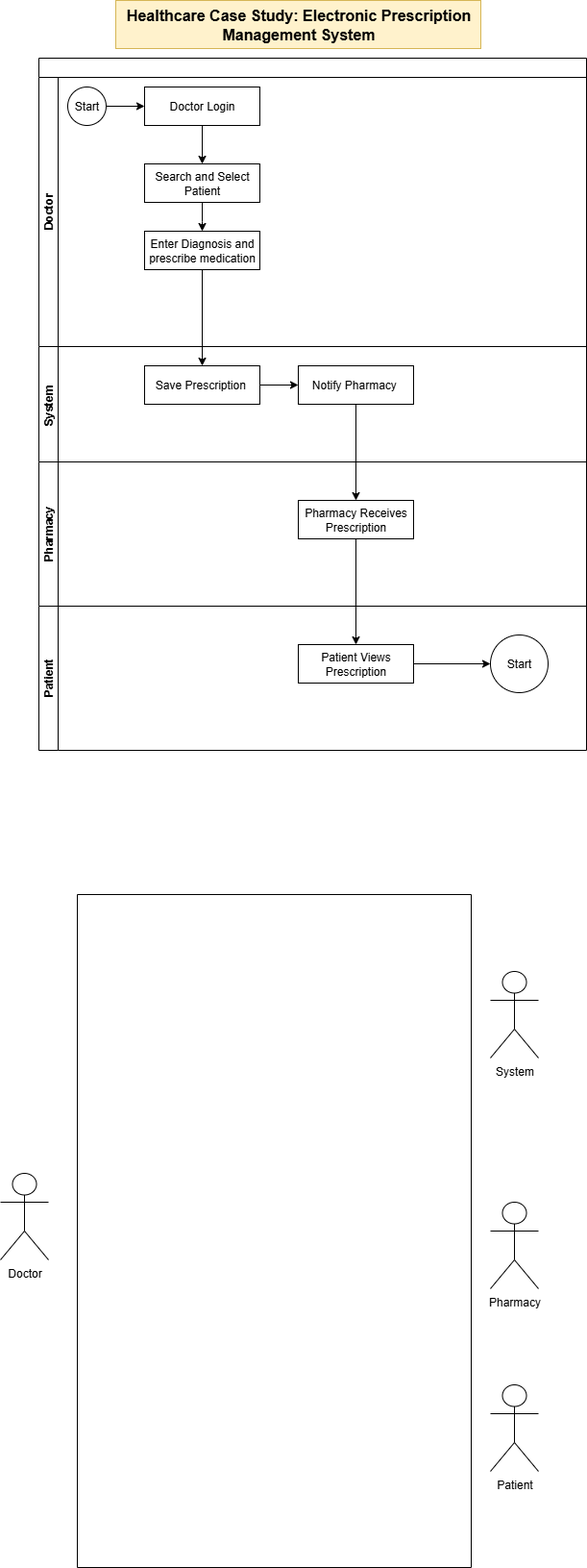
Before: Healthcare Case Study: Electronic Prescription Management System.drawio.png, a diagram exported from draw.io (shruthiLearns/BusinessAnalysis). Source tidied: cells renumbered, new cells last; positions are measured from the earlier drawing's top-left corner, leaving out a move shared by most shapes.
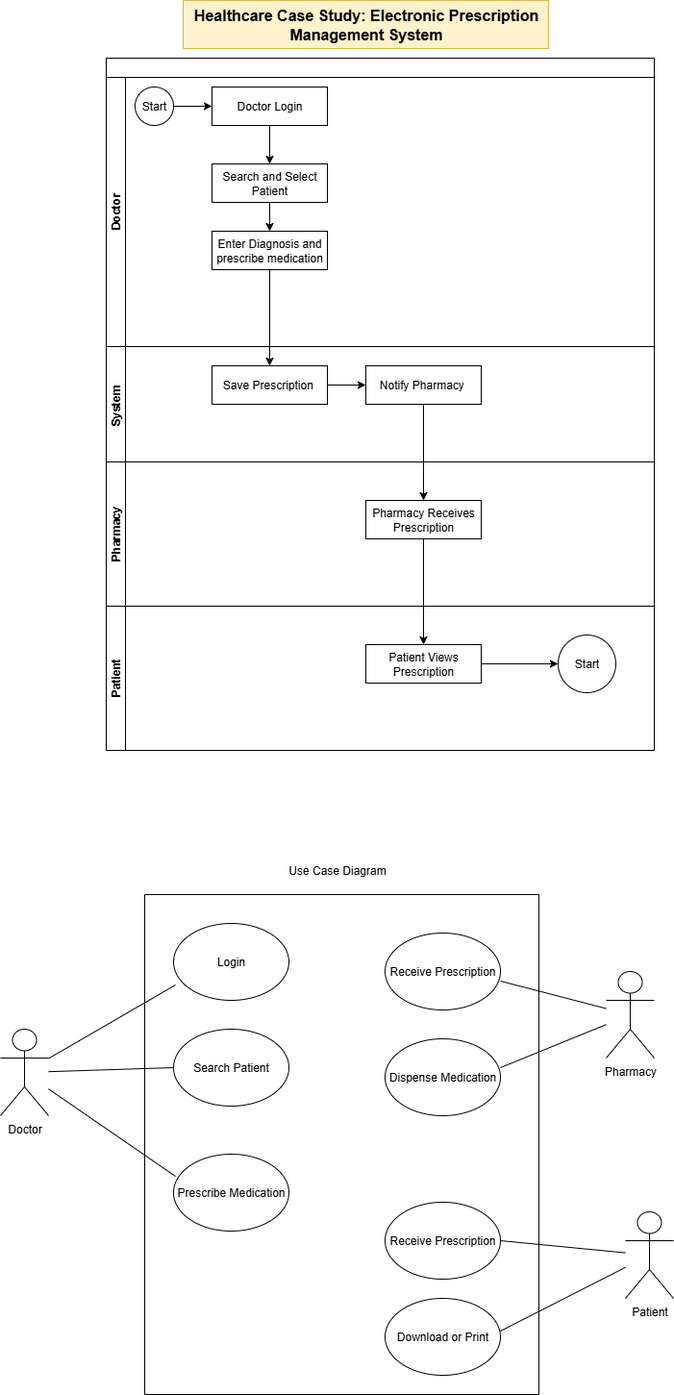
After the commit.

Diff of the diagram source:
```diff
@@ -74,19 +74,63 @@
       <mxGeometry relative="1" as="geometry" />
     </mxCell>
     <mxCell id="25" style="swimlane;startSize=0;" parent="1" vertex="1">
-      <mxGeometry x="80" y="930" width="410" height="700" as="geometry" />
+      <mxGeometry x="80" y="930" width="410" height="520" as="geometry" />
     </mxCell>
+    <mxCell id="30" value="Login" style="ellipse;whiteSpace=wrap;html=1;" parent="25" vertex="1">
+      <mxGeometry x="30" y="30" width="120" height="80" as="geometry" />
+    </mxCell>
+    <mxCell id="31" value="Search Patient" style="ellipse;whiteSpace=wrap;html=1;" parent="25" vertex="1">
+      <mxGeometry x="30" y="140" width="120" height="80" as="geometry" />
+    </mxCell>
+    <mxCell id="32" value="Prescribe Medication" style="ellipse;whiteSpace=wrap;html=1;" parent="25" vertex="1">
+      <mxGeometry x="30" y="270" width="120" height="80" as="geometry" />
+    </mxCell>
+    <mxCell id="33" value="Receive Prescription&lt;span style=&quot;color: rgba(0, 0, 0, 0); font-family: monospace; font-size: 0px; text-align: start; text-wrap-mode: nowrap;&quot;&gt;%3CmxGraphModel%3E%3Croot%3E%3CmxCell%20id%3D%220%22%2F%3E%3CmxCell%20id%3D%221%22%20parent%3D%220%22%2F%3E%3CmxCell%20id%3D%222%22%20value%3D%22Login%22%20style%3D%22ellipse%3BwhiteSpace%3Dwrap%3Bhtml%3D1%3B%22%20vertex%3D%221%22%20parent%3D%221%22%3E%3CmxGeometry%20x%3D%22240%22%20y%3D%22950%22%20width%3D%22120%22%20height%3D%2280%22%20as%3D%22geometry%22%2F%3E%3C%2FmxCell%3E%3C%2Froot%3E%3C%2FmxGraphModel%3E&lt;/span&gt;" style="ellipse;whiteSpace=wrap;html=1;" parent="25" vertex="1">
+      <mxGeometry x="250" y="40" width="120" height="80" as="geometry" />
+    </mxCell>
+    <mxCell id="34" value="Dispense Medication" style="ellipse;whiteSpace=wrap;html=1;" parent="25" vertex="1">
+      <mxGeometry x="250" y="150" width="120" height="80" as="geometry" />
+    </mxCell>
+    <mxCell id="35" value="Receive Prescription&lt;span style=&quot;color: rgba(0, 0, 0, 0); font-family: monospace; font-size: 0px; text-align: start; text-wrap-mode: nowrap;&quot;&gt;%3CmxGraphModel%3E%3Croot%3E%3CmxCell%20id%3D%220%22%2F%3E%3CmxCell%20id%3D%221%22%20parent%3D%220%22%2F%3E%3CmxCell%20id%3D%222%22%20value%3D%22Login%22%20style%3D%22ellipse%3BwhiteSpace%3Dwrap%3Bhtml%3D1%3B%22%20vertex%3D%221%22%20parent%3D%221%22%3E%3CmxGeometry%20x%3D%22240%22%20y%3D%22950%22%20width%3D%22120%22%20height%3D%2280%22%20as%3D%22geometry%22%2F%3E%3C%2FmxCell%3E%3C%2Froot%3E%3C%2FmxGraphModel%3E&lt;/span&gt;" style="ellipse;whiteSpace=wrap;html=1;" parent="25" vertex="1">
+      <mxGeometry x="250" y="320" width="120" height="80" as="geometry" />
+    </mxCell>
+    <mxCell id="36" value="Download or Print" style="ellipse;whiteSpace=wrap;html=1;" parent="25" vertex="1">
+      <mxGeometry x="250" y="420" width="120" height="80" as="geometry" />
+    </mxCell>
     <mxCell id="26" value="Doctor" style="shape=umlActor;verticalLabelPosition=bottom;verticalAlign=top;html=1;outlineConnect=0;" parent="1" vertex="1">
-      <mxGeometry y="1220" width="50" height="90" as="geometry" />
+      <mxGeometry x="-70" y="1070" width="50" height="90" as="geometry" />
     </mxCell>
-    <mxCell id="27" value="System" style="shape=umlActor;verticalLabelPosition=bottom;verticalAlign=top;html=1;outlineConnect=0;" parent="1" vertex="1">
-      <mxGeometry x="510" y="1010" width="50" height="90" as="geometry" />
+    <mxCell id="27" value="Pharmacy" style="shape=umlActor;verticalLabelPosition=bottom;verticalAlign=top;html=1;outlineConnect=0;" parent="1" vertex="1">
+      <mxGeometry x="560" y="1010" width="50" height="90" as="geometry" />
     </mxCell>
-    <mxCell id="28" value="Pharmacy" style="shape=umlActor;verticalLabelPosition=bottom;verticalAlign=top;html=1;outlineConnect=0;" parent="1" vertex="1">
-      <mxGeometry x="510" y="1250" width="50" height="90" as="geometry" />
+    <mxCell id="28" value="Patient" style="shape=umlActor;verticalLabelPosition=bottom;verticalAlign=top;html=1;outlineConnect=0;" parent="1" vertex="1">
+      <mxGeometry x="580" y="1260" width="50" height="90" as="geometry" />
     </mxCell>
-    <mxCell id="29" value="Patient" style="shape=umlActor;verticalLabelPosition=bottom;verticalAlign=top;html=1;" parent="1" vertex="1">
-      <mxGeometry x="510" y="1440" width="50" height="90" as="geometry" />
-    </mxCell>
+    <mxCell id="37" value="Use Case Diagram" style="text;html=1;align=center;verticalAlign=middle;strokeColor=none;fillColor=none;" parent="1" vertex="1">
+      <mxGeometry x="220" y="890" width="120" height="30" as="geometry" />
+    </mxCell>
+    <mxCell id="38" style="endArrow=none;html=1;rounded=0;entryX=0.017;entryY=0.8;entryDx=0;entryDy=0;entryPerimeter=0;" parent="1" edge="1" source="26" target="30">
+      <mxGeometry relative="1" as="geometry" />
+    </mxCell>
+    <mxCell id="39" style="endArrow=none;html=1;rounded=0;entryX=0;entryY=0.5;entryDx=0;entryDy=0;" parent="1" edge="1" source="26" target="31">
+      <mxGeometry relative="1" as="geometry" />
+    </mxCell>
+    <mxCell id="40" style="endArrow=none;html=1;rounded=0;entryX=0.017;entryY=0.288;entryDx=0;entryDy=0;entryPerimeter=0;" parent="1" edge="1" source="26" target="32">
+      <mxGeometry relative="1" as="geometry" />
+    </mxCell>
+    <mxCell id="41" style="endArrow=none;html=1;rounded=0;exitX=1;exitY=0.625;exitDx=0;exitDy=0;exitPerimeter=0;" parent="1" edge="1" source="33" target="27">
+      <mxGeometry relative="1" as="geometry" />
+    </mxCell>
+    <mxCell id="42" style="endArrow=none;html=1;rounded=0;" parent="1" edge="1" target="27">
+      <mxGeometry relative="1" as="geometry">
+        <mxPoint x="450" y="1110" as="sourcePoint" />
+      </mxGeometry>
+    </mxCell>
+    <mxCell id="43" style="endArrow=none;html=1;rounded=0;exitX=1;exitY=0.5;exitDx=0;exitDy=0;" parent="1" edge="1" source="35" target="28">
+      <mxGeometry relative="1" as="geometry" />
+    </mxCell>
+    <mxCell id="44" style="endArrow=none;html=1;rounded=0;exitX=1;exitY=0.425;exitDx=0;exitDy=0;exitPerimeter=0;" parent="1" edge="1" source="36" target="28">
+      <mxGeometry relative="1" as="geometry" />
+    </mxCell>
   </root>
 </mxGraphModel>
```
